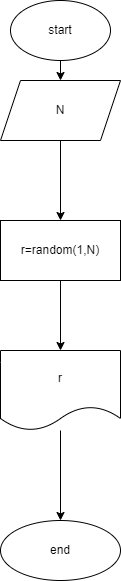
NatalenaSoloveva/practicum2707 keeps this draw.io diagram as ex000.drawio.png. Above is the earlier version. Source tidied: cells renumbered, new cells last; positions are measured from the earlier drawing's top-left corner, leaving out a move shared by most shapes. Its diagram source:
```xml
<mxGraphModel>
  <root>
    <mxCell id="0" />
    <mxCell id="1" parent="0" />
    <mxCell id="2" style="edgeStyle=none;html=1;" parent="1" edge="1" source="3" target="5">
      <mxGeometry relative="1" as="geometry" />
    </mxCell>
    <mxCell id="3" value="start" style="ellipse;whiteSpace=wrap;html=1;" parent="1" vertex="1">
      <mxGeometry x="10" width="100" height="60" as="geometry" />
    </mxCell>
    <mxCell id="4" style="edgeStyle=none;html=1;" parent="1" edge="1" source="5" target="7">
      <mxGeometry relative="1" as="geometry" />
    </mxCell>
    <mxCell id="5" value="N" style="shape=parallelogram;perimeter=parallelogramPerimeter;whiteSpace=wrap;html=1;fixedSize=1;" parent="1" vertex="1">
      <mxGeometry y="80" width="120" height="60" as="geometry" />
    </mxCell>
    <mxCell id="6" style="edgeStyle=none;html=1;" parent="1" edge="1" source="7" target="9">
      <mxGeometry relative="1" as="geometry" />
    </mxCell>
    <mxCell id="7" value="r=random(1,N)" style="whiteSpace=wrap;html=1;" parent="1" vertex="1">
      <mxGeometry y="220" width="120" height="60" as="geometry" />
    </mxCell>
    <mxCell id="8" style="edgeStyle=none;html=1;" parent="1" edge="1" source="9" target="10">
      <mxGeometry relative="1" as="geometry" />
    </mxCell>
    <mxCell id="9" value="r" style="shape=document;whiteSpace=wrap;html=1;boundedLbl=1;" parent="1" vertex="1">
      <mxGeometry y="350" width="120" height="80" as="geometry" />
    </mxCell>
    <mxCell id="10" value="end" style="ellipse;whiteSpace=wrap;html=1;" parent="1" vertex="1">
      <mxGeometry y="520" width="120" height="60" as="geometry" />
    </mxCell>
  </root>
</mxGraphModel>
```
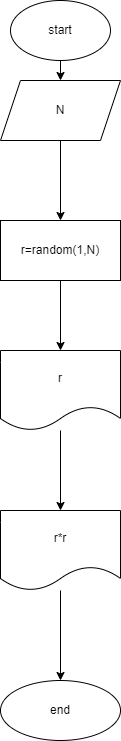
After the commit.

Commit message:
добавили блок вывести квадрат числа

Change to the diagram source:
```diff
@@ -20,14 +20,20 @@
     <mxCell id="7" value="r=random(1,N)" style="whiteSpace=wrap;html=1;" parent="1" vertex="1">
       <mxGeometry y="220" width="120" height="60" as="geometry" />
     </mxCell>
-    <mxCell id="8" style="edgeStyle=none;html=1;" parent="1" edge="1" source="9" target="10">
-      <mxGeometry relative="1" as="geometry" />
-    </mxCell>
+    <mxCell id="11" style="edgeStyle=none;html=1;" parent="1" edge="1" source="9" target="13">
+      <mxGeometry relative="1" as="geometry" />
+    </mxCell>
     <mxCell id="9" value="r" style="shape=document;whiteSpace=wrap;html=1;boundedLbl=1;" parent="1" vertex="1">
       <mxGeometry y="350" width="120" height="80" as="geometry" />
     </mxCell>
+    <mxCell id="12" style="edgeStyle=none;html=1;" parent="1" edge="1" source="13" target="10">
+      <mxGeometry relative="1" as="geometry" />
+    </mxCell>
+    <mxCell id="13" value="r*r" style="shape=document;whiteSpace=wrap;html=1;boundedLbl=1;" parent="1" vertex="1">
+      <mxGeometry y="510" width="120" height="80" as="geometry" />
+    </mxCell>
     <mxCell id="10" value="end" style="ellipse;whiteSpace=wrap;html=1;" parent="1" vertex="1">
-      <mxGeometry y="520" width="120" height="60" as="geometry" />
+      <mxGeometry y="680" width="120" height="60" as="geometry" />
     </mxCell>
   </root>
 </mxGraphModel>
```
